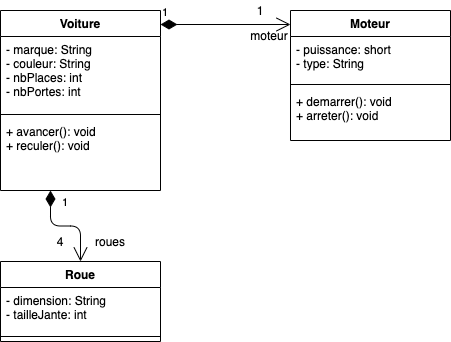
Before: tp2/diagramme-classes.png, a diagram exported from draw.io (nntran/shooter-game). Source tidied: cells renumbered, new cells last; positions are measured from the earlier drawing's top-left corner, leaving out a move shared by most shapes. The source it was exported from:
```xml
<mxGraphModel>
  <root>
    <mxCell id="0" />
    <mxCell id="1" parent="0" />
    <mxCell id="2" value="Voiture" style="swimlane;fontStyle=1;align=center;verticalAlign=top;horizontal=1;startSize=26;" parent="1" vertex="1">
      <mxGeometry y="10" width="160" height="180" as="geometry" />
    </mxCell>
    <mxCell id="3" value="- marque: String&#10;- couleur: String&#10;- nbPlaces: int&#10;- nbPortes: int" style="text;strokeColor=none;fillColor=none;align=left;verticalAlign=top;spacingLeft=4;spacingRight=4;overflow=hidden;" parent="2" vertex="1">
      <mxGeometry y="26" width="160" height="74" as="geometry" />
    </mxCell>
    <mxCell id="4" style="line;strokeWidth=1;fillColor=none;align=left;verticalAlign=middle;spacingTop=-1;spacingLeft=3;spacingRight=3;labelPosition=right;" parent="2" vertex="1">
      <mxGeometry y="100" width="160" height="8" as="geometry" />
    </mxCell>
    <mxCell id="5" value="+ avancer(): void&#10;+ reculer(): void" style="text;strokeColor=none;fillColor=none;align=left;verticalAlign=top;spacingLeft=4;spacingRight=4;overflow=hidden;" parent="2" vertex="1">
      <mxGeometry y="108" width="160" height="72" as="geometry" />
    </mxCell>
    <mxCell id="6" value="1" style="endArrow=open;html=1;endSize=12;startArrow=diamondThin;startSize=14;startFill=1;edgeStyle=orthogonalEdgeStyle;align=left;verticalAlign=bottom;entryX=0.5;entryY=0;entryDx=0;entryDy=0;" parent="2" edge="1" target="13">
      <mxGeometry x="-0.58" y="10" relative="1" as="geometry">
        <mxPoint x="50" y="180" as="sourcePoint" />
      </mxGeometry>
    </mxCell>
    <mxCell id="7" value="Moteur" style="swimlane;fontStyle=1;align=center;verticalAlign=top;horizontal=1;startSize=26;" parent="1" vertex="1">
      <mxGeometry x="290" y="10" width="160" height="130" as="geometry" />
    </mxCell>
    <mxCell id="8" value="- puissance: short&#10;- type: String" style="text;strokeColor=none;fillColor=none;align=left;verticalAlign=top;spacingLeft=4;spacingRight=4;overflow=hidden;" parent="7" vertex="1">
      <mxGeometry y="26" width="160" height="44" as="geometry" />
    </mxCell>
    <mxCell id="9" style="line;strokeWidth=1;fillColor=none;align=left;verticalAlign=middle;spacingTop=-1;spacingLeft=3;spacingRight=3;labelPosition=right;" parent="7" vertex="1">
      <mxGeometry y="70" width="160" height="8" as="geometry" />
    </mxCell>
    <mxCell id="10" value="+ demarrer(): void&#10;+ arreter(): void" style="text;strokeColor=none;fillColor=none;align=left;verticalAlign=top;spacingLeft=4;spacingRight=4;overflow=hidden;" parent="7" vertex="1">
      <mxGeometry y="78" width="160" height="52" as="geometry" />
    </mxCell>
    <mxCell id="11" value="1" style="endArrow=open;html=1;endSize=12;startArrow=diamondThin;startSize=14;startFill=1;edgeStyle=orthogonalEdgeStyle;align=left;verticalAlign=bottom;" parent="1" edge="1">
      <mxGeometry x="-1" y="3" relative="1" as="geometry">
        <mxPoint x="160" y="24" as="sourcePoint" />
        <mxPoint x="290" y="24" as="targetPoint" />
      </mxGeometry>
    </mxCell>
    <mxCell id="12" value="moteur" style="text;html=1;strokeColor=none;fillColor=none;align=center;verticalAlign=middle;whiteSpace=wrap;rounded=0;" parent="1" vertex="1">
      <mxGeometry x="249" y="25" width="40" height="20" as="geometry" />
    </mxCell>
    <mxCell id="13" value="Roue" style="swimlane;fontStyle=1;align=center;verticalAlign=top;horizontal=1;startSize=26;" parent="1" vertex="1">
      <mxGeometry y="261" width="160" height="80" as="geometry" />
    </mxCell>
    <mxCell id="14" value="- dimension: String&#10;- tailleJante: int" style="text;strokeColor=none;fillColor=none;align=left;verticalAlign=top;spacingLeft=4;spacingRight=4;overflow=hidden;" parent="13" vertex="1">
      <mxGeometry y="26" width="160" height="44" as="geometry" />
    </mxCell>
    <mxCell id="15" style="line;strokeWidth=1;fillColor=none;align=left;verticalAlign=middle;spacingTop=-1;spacingLeft=3;spacingRight=3;labelPosition=right;" parent="13" vertex="1">
      <mxGeometry y="70" width="160" height="10" as="geometry" />
    </mxCell>
    <mxCell id="16" value="roues" style="text;html=1;strokeColor=none;fillColor=none;align=center;verticalAlign=middle;whiteSpace=wrap;rounded=0;" parent="1" vertex="1">
      <mxGeometry x="90" y="231" width="40" height="20" as="geometry" />
    </mxCell>
    <mxCell id="17" value="4" style="text;html=1;strokeColor=none;fillColor=none;align=center;verticalAlign=middle;whiteSpace=wrap;rounded=0;" parent="1" vertex="1">
      <mxGeometry x="40" y="231" width="40" height="20" as="geometry" />
    </mxCell>
    <mxCell id="18" value="1" style="text;html=1;strokeColor=none;fillColor=none;align=center;verticalAlign=middle;whiteSpace=wrap;rounded=0;" parent="1" vertex="1">
      <mxGeometry x="240" width="40" height="20" as="geometry" />
    </mxCell>
  </root>
</mxGraphModel>
```
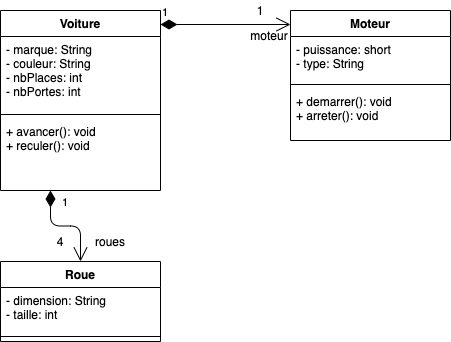
The same file after the commit.

Commit message:
Correction diagramme UML

Change to the diagram source:
```diff
@@ -43,7 +43,7 @@
     <mxCell id="13" value="Roue" style="swimlane;fontStyle=1;align=center;verticalAlign=top;horizontal=1;startSize=26;" parent="1" vertex="1">
       <mxGeometry y="261" width="160" height="80" as="geometry" />
     </mxCell>
-    <mxCell id="14" value="- dimension: String&#10;- tailleJante: int" style="text;strokeColor=none;fillColor=none;align=left;verticalAlign=top;spacingLeft=4;spacingRight=4;overflow=hidden;" parent="13" vertex="1">
+    <mxCell id="14" value="- dimension: String&#10;- taille: int" style="text;strokeColor=none;fillColor=none;align=left;verticalAlign=top;spacingLeft=4;spacingRight=4;overflow=hidden;" parent="13" vertex="1">
       <mxGeometry y="26" width="160" height="44" as="geometry" />
     </mxCell>
     <mxCell id="15" style="line;strokeWidth=1;fillColor=none;align=left;verticalAlign=middle;spacingTop=-1;spacingLeft=3;spacingRight=3;labelPosition=right;" parent="13" vertex="1">
```
